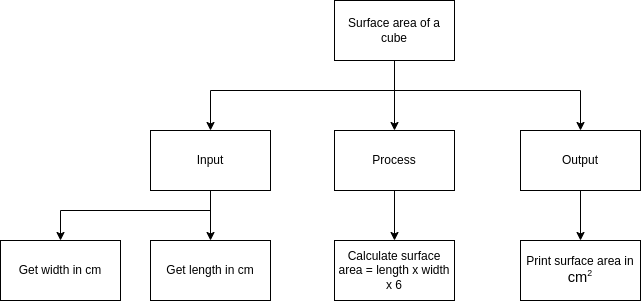
Before: td.png, a diagram exported from draw.io (Andrew-Ten-Den/ICS3U-Assignment-6-Python). Source tidied: cells renumbered, new cells last; positions are measured from the earlier drawing's top-left corner, leaving out a move shared by most shapes.
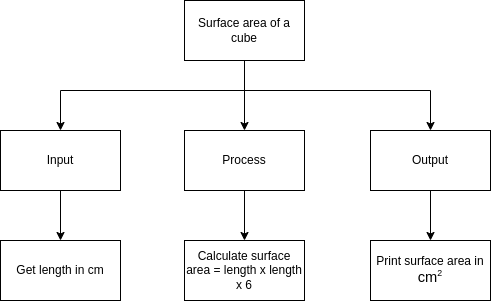
The same diagram one commit later.

Diff of the diagram source:
```diff
@@ -24,14 +24,6 @@
     <mxCell id="5" value="Surface area of a cube" style="rounded=0;whiteSpace=wrap;html=1;" parent="1" vertex="1">
       <mxGeometry x="334" width="120" height="60" as="geometry" />
     </mxCell>
-    <mxCell id="6" style="edgeStyle=none;rounded=0;html=1;entryX=0.5;entryY=0;entryDx=0;entryDy=0;" parent="1" edge="1" source="8" target="14">
-      <mxGeometry relative="1" as="geometry">
-        <Array as="points">
-          <mxPoint x="210" y="210" />
-          <mxPoint x="60" y="210" />
-        </Array>
-      </mxGeometry>
-    </mxCell>
     <mxCell id="7" style="edgeStyle=none;rounded=0;html=1;entryX=0.5;entryY=0;entryDx=0;entryDy=0;" parent="1" edge="1" source="8" target="13">
       <mxGeometry relative="1" as="geometry" />
     </mxCell>
@@ -53,10 +45,7 @@
     <mxCell id="13" value="Get length in cm" style="rounded=0;whiteSpace=wrap;html=1;" parent="1" vertex="1">
       <mxGeometry x="150" y="240" width="120" height="60" as="geometry" />
     </mxCell>
-    <mxCell id="14" value="Get width in cm" style="rounded=0;whiteSpace=wrap;html=1;" parent="1" vertex="1">
-      <mxGeometry y="240" width="120" height="60" as="geometry" />
-    </mxCell>
-    <mxCell id="15" value="Calculate surface area = length x width x 6" style="rounded=0;whiteSpace=wrap;html=1;" parent="1" vertex="1">
+    <mxCell id="15" value="Calculate surface area = length x length x 6" style="rounded=0;whiteSpace=wrap;html=1;" parent="1" vertex="1">
       <mxGeometry x="334" y="240" width="120" height="60" as="geometry" />
     </mxCell>
     <mxCell id="16" value="Print surface area in &lt;span id=&quot;docs-internal-guid-6c8c073e-7fff-9899-2ad8-b0d64ef578c5&quot;&gt;&lt;span style=&quot;font-size: 11pt ; font-family: &amp;#34;helvetica neue&amp;#34; , sans-serif ; background-color: transparent ; vertical-align: baseline&quot;&gt;cm&lt;/span&gt;&lt;span style=&quot;font-size: 11pt ; font-family: &amp;#34;helvetica neue&amp;#34; , sans-serif ; background-color: transparent ; vertical-align: baseline&quot;&gt;&lt;span style=&quot;font-size: 0.6em ; vertical-align: super&quot;&gt;2&lt;/span&gt;&lt;/span&gt;&lt;/span&gt;" style="rounded=0;whiteSpace=wrap;html=1;" parent="1" vertex="1">
```
